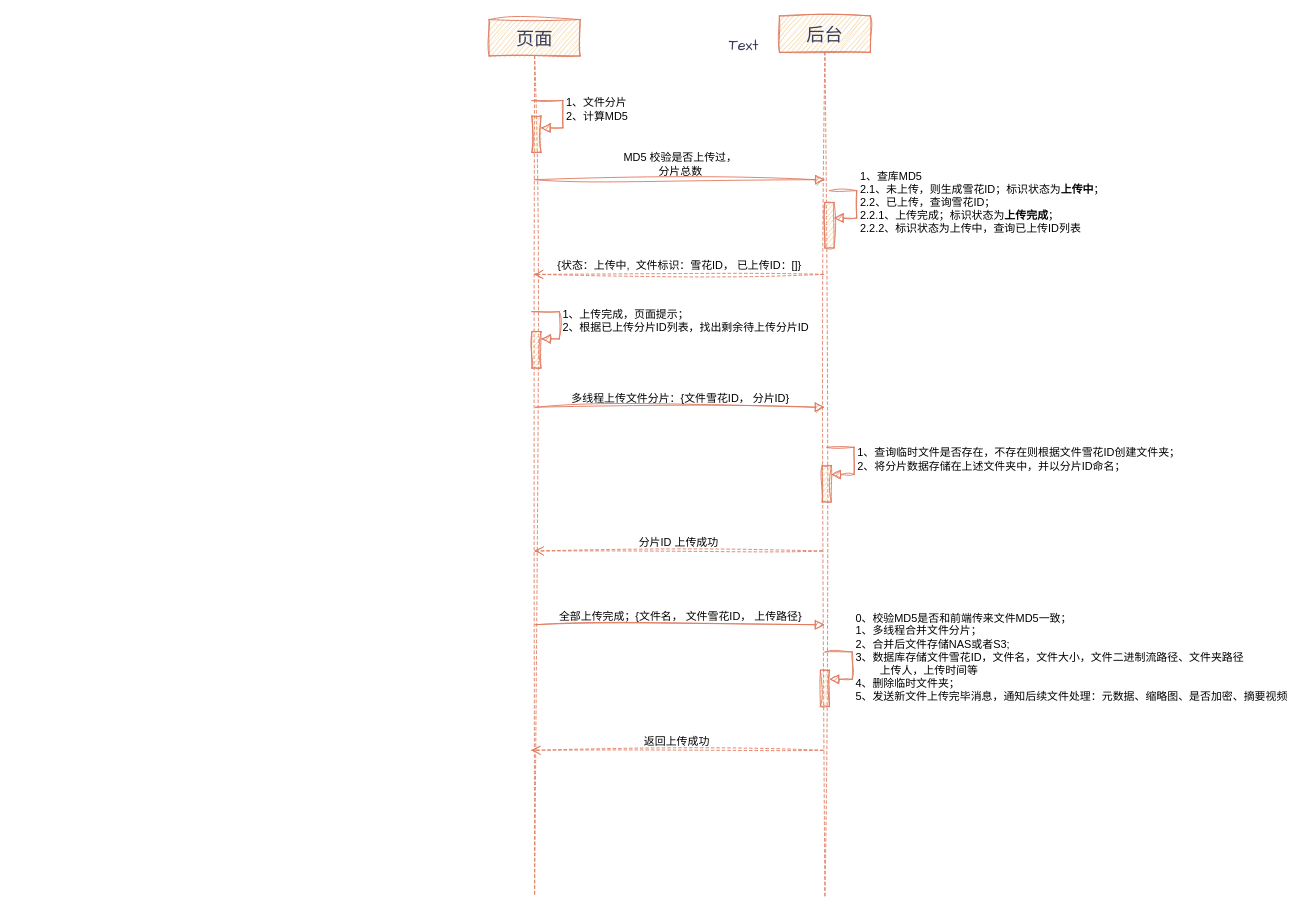
The draw.io diagram page "上传逻辑" (1 of 4) of 未命名绘图.drawio in Utihbi/pics, before the edit. Source tidied: cells renumbered, new cells numbered last; positions are measured from the earlier drawing's top-left corner, leaving out a move shared by most shapes. Both pictures are drawn from the tidied source at 91%, with x=0, y=0 at pixel (489, 15).
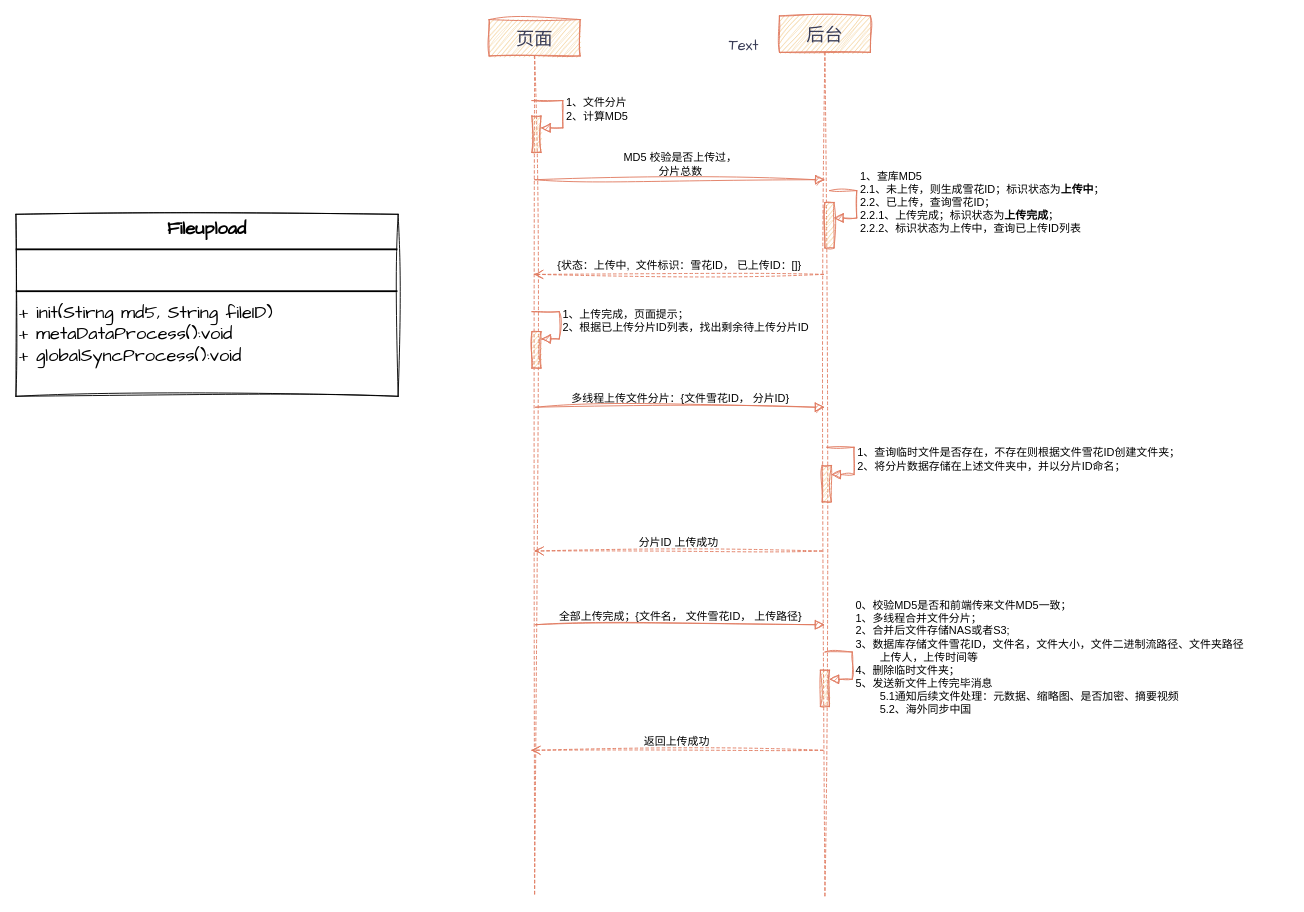
The same diagram, later.

Unchanged cells that the change refers to:
```xml
<mxCell id="7" value="后台" style="shape=umlLifeline;perimeter=lifelinePerimeter;whiteSpace=wrap;html=1;outlineConnect=0;portConstraint=eastwest;newEdgeStyle={&quot;curved&quot;:0,&quot;rounded&quot;:0};fontSize=20;sketch=1;curveFitting=1;jiggle=2;labelBackgroundColor=none;fillColor=#F2CC8F;strokeColor=#E07A5F;fontColor=#393C56;" parent="1" vertex="1">
  <mxGeometry x="319" width="100" height="967" as="geometry" />
</mxCell>
<mxCell id="13" style="html=1;points=[[0,0,0,0,5],[0,1,0,0,-5],[1,0,0,0,5],[1,1,0,0,-5]];perimeter=orthogonalPerimeter;outlineConnect=0;targetShapes=umlLifeline;portConstraint=eastwest;newEdgeStyle={&quot;curved&quot;:0,&quot;rounded&quot;:0};sketch=1;curveFitting=1;jiggle=2;labelBackgroundColor=none;fillColor=#F2CC8F;strokeColor=#E07A5F;fontColor=#393C56;" parent="7" vertex="1">
  <mxGeometry x="45" y="719" width="10" height="40" as="geometry" />
</mxCell>
```

The edit, as a diff of the source:
```diff
@@
-    <mxCell id="14" value="&lt;div&gt;0、校验MD5是否和前端传来文件MD5一致；&lt;/div&gt;1、多线程合并文件分片；&lt;div&gt;2、合并后文件存储NAS或者S3;&lt;br&gt;&lt;div&gt;3、数据库存储文件雪花ID，文件名，文件大小，文件二进制流路径、文件夹路径&lt;/div&gt;&lt;div&gt;&lt;span style=&quot;white-space: pre;&quot;&gt;&#9;&lt;/span&gt;上传人，上传时间等&lt;br&gt;&lt;/div&gt;&lt;div&gt;4、删除临时文件夹；&lt;/div&gt;&lt;/div&gt;&lt;div&gt;5、发送新文件上传完毕消息，通知后续文件处理：元数据、缩略图、是否加密、摘要视频&lt;/div&gt;&lt;div&gt;&lt;br&gt;&lt;/div&gt;" style="html=1;align=left;spacingLeft=2;endArrow=block;rounded=0;edgeStyle=orthogonalEdgeStyle;curved=0;rounded=0;fontSize=12;startSize=8;endSize=8;sketch=1;curveFitting=1;jiggle=2;labelBackgroundColor=none;strokeColor=#E07A5F;fontColor=default;" parent="7" edge="1" target="13">
+    <mxCell id="14" value="&lt;div&gt;0、校验MD5是否和前端传来文件MD5一致；&lt;/div&gt;1、多线程合并文件分片；&lt;div&gt;2、合并后文件存储NAS或者S3;&lt;br&gt;&lt;div&gt;3、数据库存储文件雪花ID，文件名，文件大小，文件二进制流路径、文件夹路径&lt;/div&gt;&lt;div&gt;&lt;span style=&quot;white-space: pre;&quot;&gt;&#9;&lt;/span&gt;上传人，上传时间等&lt;br&gt;&lt;/div&gt;&lt;div&gt;4、删除临时文件夹；&lt;/div&gt;&lt;/div&gt;&lt;div&gt;5、发送新文件上传完毕消息&lt;/div&gt;&lt;div&gt;&lt;span style=&quot;white-space: pre;&quot;&gt;&#9;&lt;/span&gt;5.1通知后续文件处理：元数据、缩略图、是否加密、摘要视频&lt;/div&gt;&lt;div&gt;&lt;span style=&quot;white-space: pre;&quot;&gt;&#9;&lt;/span&gt;5.2、海外同步中国&lt;br&gt;&lt;/div&gt;&lt;div&gt;&lt;br&gt;&lt;/div&gt;" style="html=1;align=left;spacingLeft=2;endArrow=block;rounded=0;edgeStyle=orthogonalEdgeStyle;curved=0;rounded=0;fontSize=12;startSize=8;endSize=8;sketch=1;curveFitting=1;jiggle=2;labelBackgroundColor=none;strokeColor=#E07A5F;fontColor=default;" parent="7" edge="1" target="13">
       <mxGeometry x="0.01" relative="1" as="geometry">
         <mxPoint x="50" y="699" as="sourcePoint" />
         <Array as="points">
           <mxPoint x="80" y="729" />
         </Array>
       </mxGeometry>
     </mxCell>
@@
+    <mxCell id="23" value="&lt;p style=&quot;margin:0px;margin-top:4px;text-align:center;&quot;&gt;&lt;b&gt;Fileupload&lt;/b&gt;&lt;/p&gt;&lt;hr style=&quot;border-style:solid;&quot;&gt;&lt;p style=&quot;margin:0px;margin-left:4px;&quot;&gt;&lt;br&gt;&lt;/p&gt;&lt;hr style=&quot;border-style:solid;&quot;&gt;&lt;p style=&quot;margin:0px;margin-left:4px;&quot;&gt;+ init(Stirng md5, String fileID)&lt;/p&gt;&lt;p style=&quot;margin:0px;margin-left:4px;&quot;&gt;+ metaDataProcess():void&lt;/p&gt;&lt;p style=&quot;margin:0px;margin-left:4px;&quot;&gt;+ globalSyncProcess():void&lt;/p&gt;" style="verticalAlign=top;align=left;overflow=fill;html=1;whiteSpace=wrap;sketch=1;hachureGap=4;jiggle=2;curveFitting=1;fontFamily=Architects Daughter;fontSize=20;" parent="1" vertex="1">
+      <mxGeometry x="-520" y="218" width="420" height="200" as="geometry" />
+    </mxCell>
```
